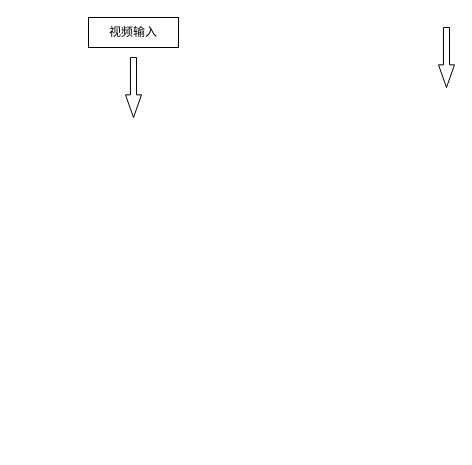
Ljy2003/work keeps this draw.io diagram as 未命名绘图.drawio. Above is the earlier version. Source tidied: cells renumbered, new cells numbered last; positions are measured from the earlier drawing's top-left corner, leaving out a move shared by most shapes. Both pictures are drawn from the tidied source at 100%, with x=0, y=0 at pixel (88, 17). Pictures stored in the file or linked from it are replaced by grey dashed boxes.
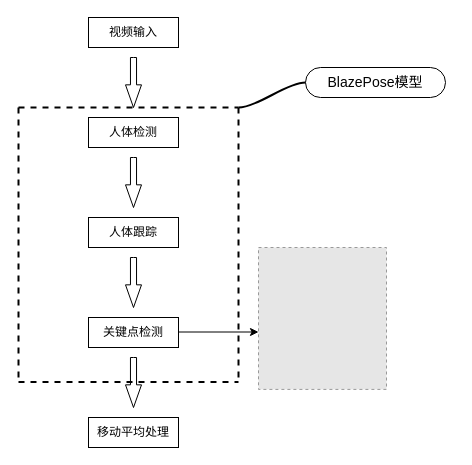
The same page after the edit.

Commit message (it also covers changes not shown here):
更新未命名绘图.drawio

Diff of the diagram source:
```diff
@@
     <mxCell id="3" style="html=1;shadow=0;dashed=0;align=center;verticalAlign=middle;shape=mxgraph.arrows2.arrow;dy=0.62;dx=22.67;direction=south;notch=0;" parent="1" vertex="1">
-      <mxGeometry x="37" y="40" width="16" height="60" as="geometry" />
+      <mxGeometry x="37" y="40" width="16" height="50" as="geometry" />
     </mxCell>
-    <mxCell id="4" style="html=1;shadow=0;dashed=0;align=center;verticalAlign=middle;shape=mxgraph.arrows2.arrow;dy=0.62;dx=22.67;direction=south;notch=0;" parent="1" vertex="1">
-      <mxGeometry x="350" y="10" width="16" height="60" as="geometry" />
-    </mxCell>
+    <mxCell id="5" value="人体检测" style="rounded=0;whiteSpace=wrap;html=1;" parent="1" vertex="1">
+      <mxGeometry y="100" width="90" height="30" as="geometry" />
+    </mxCell>
+    <mxCell id="6" style="html=1;shadow=0;dashed=0;align=center;verticalAlign=middle;shape=mxgraph.arrows2.arrow;dy=0.62;dx=22.67;direction=south;notch=0;" parent="1" vertex="1">
+      <mxGeometry x="37" y="140" width="16" height="50" as="geometry" />
+    </mxCell>
+    <mxCell id="7" value="人体跟踪" style="rounded=0;whiteSpace=wrap;html=1;" parent="1" vertex="1">
+      <mxGeometry y="200" width="90" height="30" as="geometry" />
+    </mxCell>
+    <mxCell id="8" style="html=1;shadow=0;dashed=0;align=center;verticalAlign=middle;shape=mxgraph.arrows2.arrow;dy=0.62;dx=22.67;direction=south;notch=0;" parent="1" vertex="1">
+      <mxGeometry x="37" y="240" width="16" height="50" as="geometry" />
+    </mxCell>
+    <mxCell id="9" value="关键点检测" style="rounded=0;whiteSpace=wrap;html=1;" parent="1" vertex="1">
+      <mxGeometry y="300" width="90" height="30" as="geometry" />
+    </mxCell>
+    <mxCell id="10" style="html=1;shadow=0;dashed=0;align=center;verticalAlign=middle;shape=mxgraph.arrows2.arrow;dy=0.62;dx=22.67;direction=south;notch=0;" parent="1" vertex="1">
+      <mxGeometry x="37" y="340" width="16" height="50" as="geometry" />
+    </mxCell>
+    <mxCell id="11" value="移动平均处理" style="rounded=0;whiteSpace=wrap;html=1;" parent="1" vertex="1">
+      <mxGeometry y="400" width="90" height="30" as="geometry" />
+    </mxCell>
+    <mxCell id="12" style="fillColor=#E6E6E6;strokeColor=#999999;dashed=1;verticalLabelPosition=bottom;labelBackgroundColor=default;verticalAlign=top;" parent="1" vertex="1">
+      <mxGeometry x="170" y="230" width="128" height="141.9" as="geometry" />
+    </mxCell>
+    <mxCell id="13" style="endArrow=classic;html=1;rounded=0;" parent="1" edge="1">
+      <mxGeometry relative="1" as="geometry">
+        <mxPoint x="90" y="314.5" as="sourcePoint" />
+        <mxPoint x="170" y="314.5" as="targetPoint" />
+      </mxGeometry>
+    </mxCell>
+    <mxCell id="14" style="endArrow=none;dashed=1;html=1;rounded=0;strokeWidth=2;" parent="1" edge="1">
+      <mxGeometry relative="1" as="geometry">
+        <mxPoint x="-70" y="90" as="sourcePoint" />
+        <mxPoint x="150" y="90" as="targetPoint" />
+      </mxGeometry>
+    </mxCell>
+    <mxCell id="15" style="endArrow=none;dashed=1;html=1;rounded=0;strokeWidth=2;" parent="1" edge="1">
+      <mxGeometry relative="1" as="geometry">
+        <mxPoint x="-70" y="90" as="sourcePoint" />
+        <mxPoint x="-70" y="360" as="targetPoint" />
+      </mxGeometry>
+    </mxCell>
+    <mxCell id="16" style="endArrow=none;dashed=1;html=1;rounded=0;strokeWidth=2;" parent="1" edge="1">
+      <mxGeometry relative="1" as="geometry">
+        <mxPoint x="-70" y="364.5" as="sourcePoint" />
+        <mxPoint x="150" y="364.5" as="targetPoint" />
+      </mxGeometry>
+    </mxCell>
+    <mxCell id="17" style="endArrow=none;dashed=1;html=1;rounded=0;jumpSize=11;strokeWidth=2;" parent="1" edge="1">
+      <mxGeometry relative="1" as="geometry">
+        <mxPoint x="150" y="90" as="sourcePoint" />
+        <mxPoint x="150" y="360" as="targetPoint" />
+      </mxGeometry>
+    </mxCell>
+    <mxCell id="18" value="BlazePose模型" style="whiteSpace=wrap;html=1;rounded=1;arcSize=50;align=center;verticalAlign=middle;strokeWidth=1;spacing=4;newEdgeStyle={&quot;edgeStyle&quot;:&quot;entityRelationEdgeStyle&quot;,&quot;startArrow&quot;:&quot;none&quot;,&quot;endArrow&quot;:&quot;none&quot;,&quot;segment&quot;:10,&quot;curved&quot;:1};fontSize=14;" parent="1" vertex="1">
+      <mxGeometry x="217" y="50" width="140" height="30" as="geometry" />
+    </mxCell>
+    <mxCell id="19" style="edgeStyle=entityRelationEdgeStyle;startArrow=none;endArrow=none;segment=10;curved=1;rounded=0;strokeWidth=2;jumpSize=11;" parent="1" edge="1" target="18">
+      <mxGeometry relative="1" as="geometry">
+        <mxPoint x="150" y="90" as="sourcePoint" />
+      </mxGeometry>
+    </mxCell>
```
